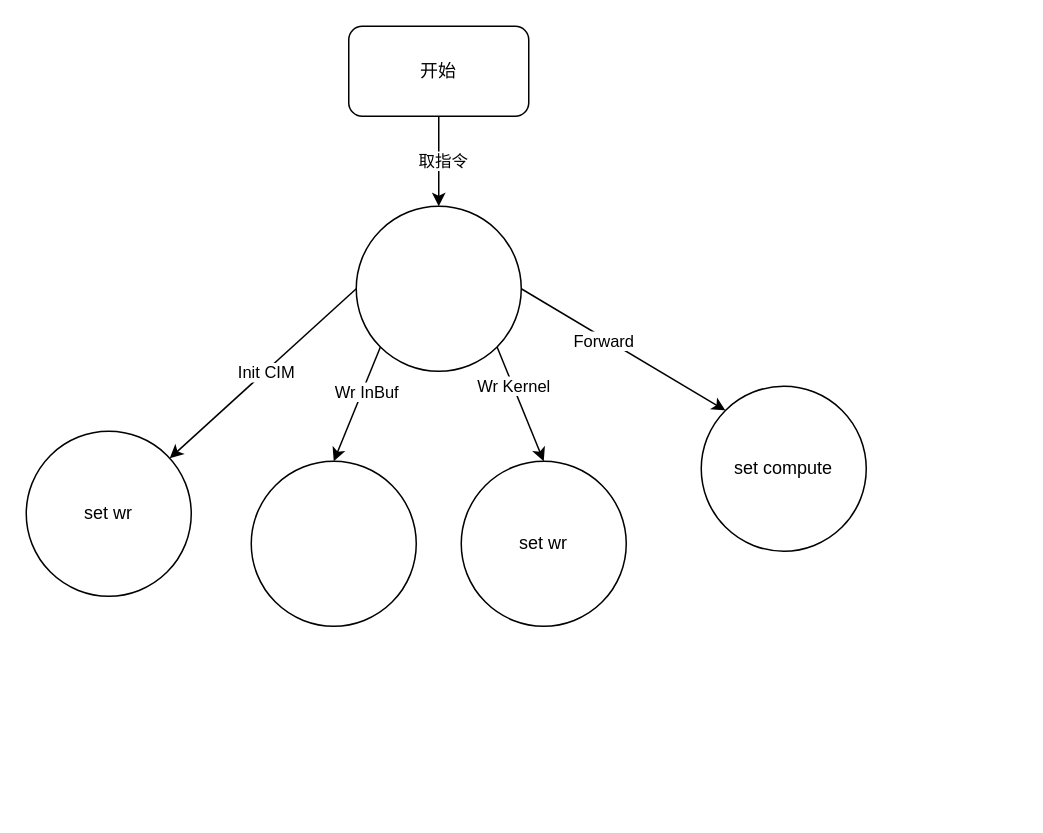
This is page "Page-1" (1 of 2) of CIM_IS.drawio from Devil-SX/draw-io, a draw.io file, before an edit. Source tidied: cells renumbered, new cells numbered last; positions are measured from the earlier drawing's top-left corner, leaving out a move shared by most shapes. Both pictures are drawn from the tidied source at 150%, with x=0, y=0 at pixel (26, 26).
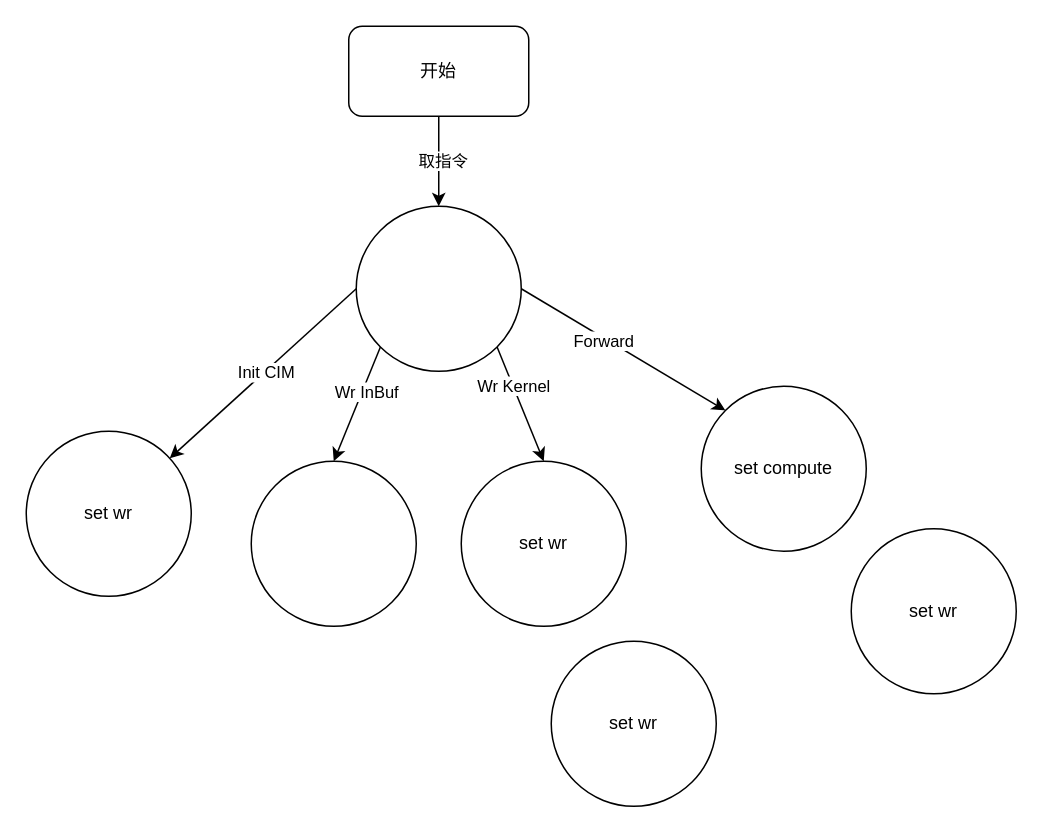
Above is the later version.

The edit, as a diff of the source:
```diff
@@
 <mxGraphModel>
   <root>
     <mxCell id="0" />
     <mxCell id="1" parent="0" />
     <mxCell id="2" style="ellipse;whiteSpace=wrap;html=1;" parent="1" vertex="1">
       <mxGeometry x="220" y="120" width="110" height="110" as="geometry" />
     </mxCell>
     <mxCell id="3" style="edgeStyle=orthogonalEdgeStyle;rounded=0;jettySize=auto;html=1;entryX=0.5;entryY=0;entryDx=0;entryDy=0;" parent="1" edge="1" source="5" target="2">
       <mxGeometry relative="1" as="geometry" />
     </mxCell>
     <mxCell id="4" value="取指令" style="edgeLabel;html=1;align=center;verticalAlign=middle;" parent="3" vertex="1">
       <mxGeometry x="-0.02" y="2" relative="1" as="geometry" />
     </mxCell>
     <mxCell id="5" value="开始" style="rounded=1;whiteSpace=wrap;html=1;" parent="1" vertex="1">
       <mxGeometry x="215" width="120" height="60" as="geometry" />
     </mxCell>
     <mxCell id="6" value="set wr" style="ellipse;whiteSpace=wrap;html=1;" parent="1" vertex="1">
       <mxGeometry y="270" width="110" height="110" as="geometry" />
     </mxCell>
     <mxCell id="7" style="endArrow=classic;html=1;rounded=0;exitX=0;exitY=0.5;exitDx=0;exitDy=0;" parent="1" edge="1" source="2" target="6">
       <mxGeometry relative="1" as="geometry" />
     </mxCell>
     <mxCell id="8" value="Init CIM" style="edgeLabel;html=1;align=center;verticalAlign=middle;" parent="7" vertex="1">
       <mxGeometry x="-0.02" y="1" relative="1" as="geometry" />
     </mxCell>
     <mxCell id="9" style="ellipse;whiteSpace=wrap;html=1;" parent="1" vertex="1">
       <mxGeometry x="150" y="290" width="110" height="110" as="geometry" />
     </mxCell>
     <mxCell id="10" style="endArrow=classic;html=1;rounded=0;exitX=0;exitY=1;exitDx=0;exitDy=0;entryX=0.5;entryY=0;entryDx=0;entryDy=0;" parent="1" edge="1" source="2" target="9">
       <mxGeometry relative="1" as="geometry" />
     </mxCell>
     <mxCell id="11" value="Wr InBuf" style="edgeLabel;html=1;align=center;verticalAlign=middle;" parent="10" vertex="1">
       <mxGeometry x="-0.24" y="2" relative="1" as="geometry" />
     </mxCell>
     <mxCell id="12" value="set wr" style="ellipse;whiteSpace=wrap;html=1;" parent="1" vertex="1">
       <mxGeometry x="290" y="290" width="110" height="110" as="geometry" />
     </mxCell>
     <mxCell id="13" style="endArrow=classic;html=1;rounded=0;exitX=1;exitY=1;exitDx=0;exitDy=0;entryX=0.5;entryY=0;entryDx=0;entryDy=0;" parent="1" edge="1" source="2" target="12">
       <mxGeometry relative="1" as="geometry" />
     </mxCell>
     <mxCell id="14" value="Wr Kernel" style="edgeLabel;html=1;align=center;verticalAlign=middle;" parent="13" vertex="1">
       <mxGeometry x="-0.31" relative="1" as="geometry" />
     </mxCell>
     <mxCell id="15" value="set compute" style="ellipse;whiteSpace=wrap;html=1;" parent="1" vertex="1">
       <mxGeometry x="450" y="240" width="110" height="110" as="geometry" />
     </mxCell>
     <mxCell id="16" style="endArrow=classic;html=1;rounded=0;exitX=1;exitY=0.5;exitDx=0;exitDy=0;entryX=0;entryY=0;entryDx=0;entryDy=0;" parent="1" edge="1" source="2" target="15">
       <mxGeometry relative="1" as="geometry" />
     </mxCell>
     <mxCell id="17" value="Forward" style="edgeLabel;html=1;align=center;verticalAlign=middle;" parent="16" vertex="1">
       <mxGeometry x="-0.18" y="-2" relative="1" as="geometry" />
     </mxCell>
+    <mxCell id="18" value="set wr" style="ellipse;whiteSpace=wrap;html=1;" parent="1" vertex="1">
+      <mxGeometry x="350" y="410" width="110" height="110" as="geometry" />
+    </mxCell>
+    <mxCell id="19" value="set wr" style="ellipse;whiteSpace=wrap;html=1;" parent="1" vertex="1">
+      <mxGeometry x="550" y="335" width="110" height="110" as="geometry" />
+    </mxCell>
   </root>
 </mxGraphModel>
```
